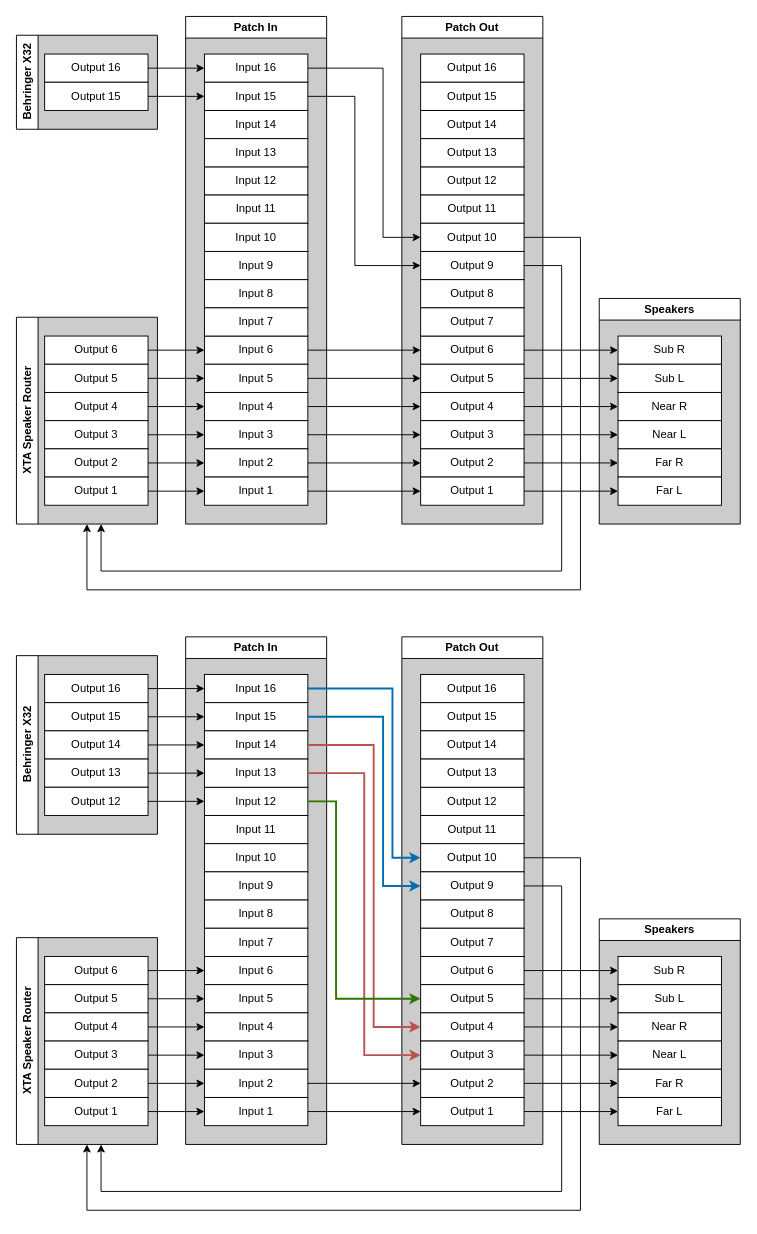
Above: page "Page-2" (2 of 2) of bedlam.drawio in leon0241/bedlam-audio-route (draw.io), before the change. Source tidied: cells renumbered, new cells numbered last; positions are measured from the earlier drawing's top-left corner, leaving out a move shared by most shapes. Both pictures are drawn from the tidied source at 94%, with x=0, y=0 at pixel (16, 16).
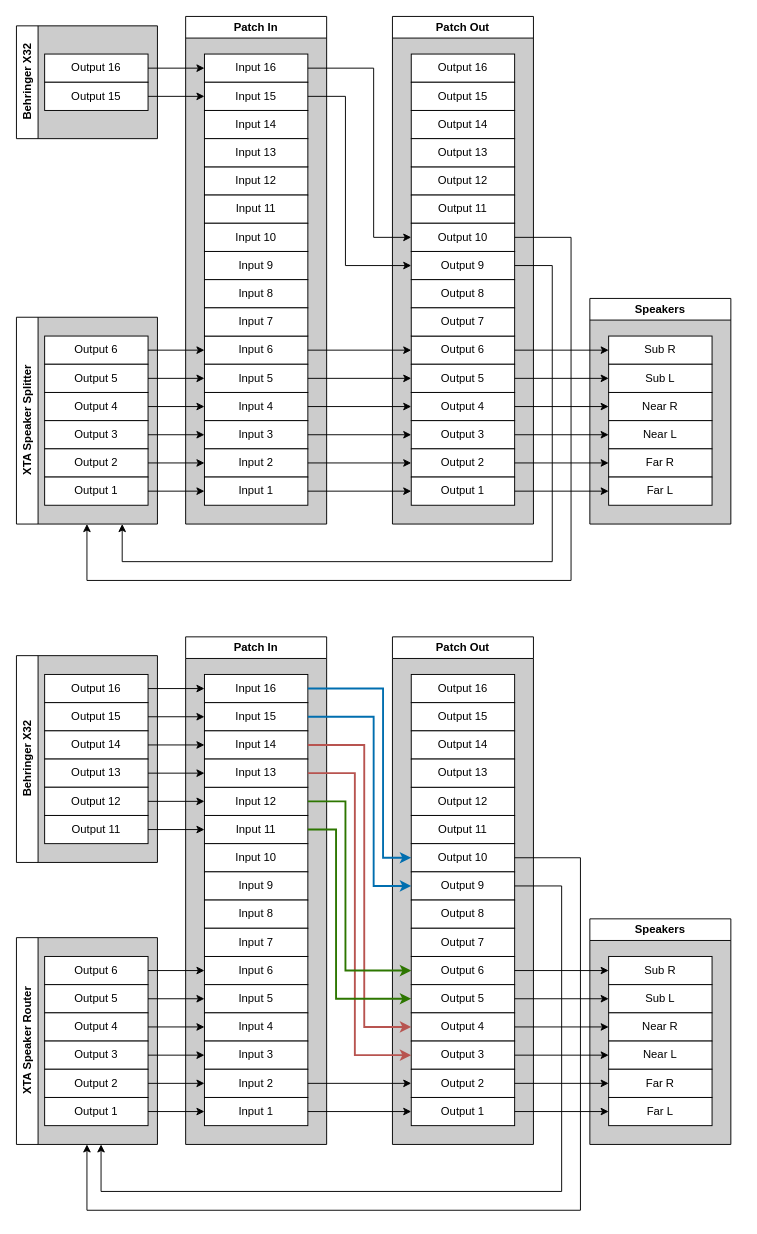
After the change.

The change refers to these unchanged cells:
```xml
<mxCell id="18" value="&lt;div&gt;Output 10&lt;/div&gt;" style="rounded=0;whiteSpace=wrap;html=1;" parent="9" vertex="1">
  <mxGeometry x="20" y="220" width="110" height="30" as="geometry" />
</mxCell>
<mxCell id="19" value="Output 9" style="rounded=0;whiteSpace=wrap;html=1;" parent="9" vertex="1">
  <mxGeometry x="20" y="250" width="110" height="30" as="geometry" />
</mxCell>
<mxCell id="39" value="Input 16" style="rounded=0;whiteSpace=wrap;html=1;" parent="26" vertex="1">
  <mxGeometry x="20" y="40" width="110" height="30" as="geometry" />
</mxCell>
<mxCell id="40" value="Input 15" style="rounded=0;whiteSpace=wrap;html=1;" parent="26" vertex="1">
  <mxGeometry x="20" y="70" width="110" height="30" as="geometry" />
</mxCell>
<mxCell id="85" value="Output 6" style="rounded=0;whiteSpace=wrap;html=1;" parent="84" vertex="1">
  <mxGeometry x="20" y="340" width="110" height="30" as="geometry" />
</mxCell>
<mxCell id="86" value="Output 5" style="rounded=0;whiteSpace=wrap;html=1;" parent="84" vertex="1">
  <mxGeometry x="20" y="370" width="110" height="30" as="geometry" />
</mxCell>
<mxCell id="87" value="Output 4" style="rounded=0;whiteSpace=wrap;html=1;" parent="84" vertex="1">
  <mxGeometry x="20" y="400" width="110" height="30" as="geometry" />
</mxCell>
<mxCell id="88" value="Output 3" style="rounded=0;whiteSpace=wrap;html=1;" parent="84" vertex="1">
  <mxGeometry x="20" y="430" width="110" height="30" as="geometry" />
</mxCell>
<mxCell id="93" value="&lt;div&gt;Output 10&lt;/div&gt;" style="rounded=0;whiteSpace=wrap;html=1;" parent="84" vertex="1">
  <mxGeometry x="20" y="220" width="110" height="30" as="geometry" />
</mxCell>
<mxCell id="94" value="Output 9" style="rounded=0;whiteSpace=wrap;html=1;" parent="84" vertex="1">
  <mxGeometry x="20" y="250" width="110" height="30" as="geometry" />
</mxCell>
<mxCell id="108" value="Input 12" style="rounded=0;whiteSpace=wrap;html=1;" parent="101" vertex="1">
  <mxGeometry x="20" y="160" width="110" height="30" as="geometry" />
</mxCell>
<mxCell id="109" value="Input 11" style="rounded=0;whiteSpace=wrap;html=1;" parent="101" vertex="1">
  <mxGeometry x="20" y="190" width="110" height="30" as="geometry" />
</mxCell>
<mxCell id="114" value="Input 16" style="rounded=0;whiteSpace=wrap;html=1;" parent="101" vertex="1">
  <mxGeometry x="20" y="40" width="110" height="30" as="geometry" />
</mxCell>
<mxCell id="115" value="Input 15" style="rounded=0;whiteSpace=wrap;html=1;" parent="101" vertex="1">
  <mxGeometry x="20" y="70" width="110" height="30" as="geometry" />
</mxCell>
<mxCell id="116" value="Input 14" style="rounded=0;whiteSpace=wrap;html=1;" parent="101" vertex="1">
  <mxGeometry x="20" y="100" width="110" height="30" as="geometry" />
</mxCell>
<mxCell id="117" value="Input 13" style="rounded=0;whiteSpace=wrap;html=1;" parent="101" vertex="1">
  <mxGeometry x="20" y="130" width="110" height="30" as="geometry" />
</mxCell>
```

Change to the diagram source:
```diff
@@
-    <mxCell id="2" value="&lt;div&gt;XTA Speaker Router&lt;/div&gt;" style="swimlane;horizontal=0;whiteSpace=wrap;html=1;swimlaneFillColor=#CCCCCC;" parent="1" vertex="1">
+    <mxCell id="2" value="&lt;div&gt;XTA Speaker Splitter&lt;/div&gt;" style="swimlane;horizontal=0;whiteSpace=wrap;html=1;swimlaneFillColor=#CCCCCC;" parent="1" vertex="1">
       <mxGeometry y="320" width="150" height="220" as="geometry" />
     </mxCell>
@@
     <mxCell id="9" value="Patch Out" style="swimlane;whiteSpace=wrap;html=1;swimlaneFillColor=#CCCCCC;" parent="1" vertex="1">
-      <mxGeometry x="410" width="150" height="540" as="geometry" />
+      <mxGeometry x="400" width="150" height="540" as="geometry" />
     </mxCell>
@@
     <mxCell id="55" style="rounded=0;jettySize=auto;html=1;exitX=1;exitY=0.5;exitDx=0;exitDy=0;entryX=0;entryY=0.5;entryDx=0;entryDy=0;edgeStyle=orthogonalEdgeStyle;" parent="1" edge="1" source="40" target="19">
       <mxGeometry relative="1" as="geometry">
         <Array as="points">
-          <mxPoint x="360" y="85" />
-          <mxPoint x="360" y="265" />
+          <mxPoint x="350" y="85" />
+          <mxPoint x="350" y="265" />
         </Array>
       </mxGeometry>
     </mxCell>
     <mxCell id="56" style="rounded=0;jettySize=auto;html=1;exitX=1;exitY=0.5;exitDx=0;exitDy=0;entryX=0;entryY=0.5;entryDx=0;entryDy=0;edgeStyle=orthogonalEdgeStyle;" parent="1" edge="1" source="39" target="18">
       <mxGeometry relative="1" as="geometry">
         <Array as="points">
-          <mxPoint x="390" y="55" />
-          <mxPoint x="390" y="235" />
+          <mxPoint x="380" y="55" />
+          <mxPoint x="380" y="235" />
         </Array>
       </mxGeometry>
     </mxCell>
-    <mxCell id="57" style="edgeStyle=orthogonalEdgeStyle;rounded=0;jettySize=auto;html=1;exitX=1;exitY=0.5;exitDx=0;exitDy=0;strokeWidth=1;" parent="1" edge="1" source="19">
+    <mxCell id="57" style="edgeStyle=orthogonalEdgeStyle;rounded=0;jettySize=auto;html=1;exitX=1;exitY=0.5;exitDx=0;exitDy=0;strokeWidth=1;entryX=0.75;entryY=1;entryDx=0;entryDy=0;" parent="1" edge="1" source="19" target="2">
       <mxGeometry relative="1" as="geometry">
-        <mxPoint x="90" y="540" as="targetPoint" />
         <Array as="points">
-          <mxPoint x="580" y="265" />
-          <mxPoint x="580" y="590" />
-          <mxPoint x="90" y="590" />
+          <mxPoint x="570" y="265" />
+          <mxPoint x="570" y="580" />
+          <mxPoint x="112" y="580" />
         </Array>
       </mxGeometry>
     </mxCell>
     <mxCell id="58" style="edgeStyle=orthogonalEdgeStyle;rounded=0;jettySize=auto;html=1;exitX=1;exitY=0.5;exitDx=0;exitDy=0;entryX=0.5;entryY=1;entryDx=0;entryDy=0;strokeWidth=1;" parent="1" edge="1" source="18" target="2">
       <mxGeometry relative="1" as="geometry">
         <Array as="points">
-          <mxPoint x="600" y="235" />
-          <mxPoint x="600" y="610" />
-          <mxPoint x="75" y="610" />
+          <mxPoint x="590" y="235" />
+          <mxPoint x="590" y="600" />
+          <mxPoint x="75" y="600" />
         </Array>
       </mxGeometry>
     </mxCell>
     <mxCell id="59" value="Behringer X32" style="swimlane;horizontal=0;whiteSpace=wrap;html=1;swimlaneFillColor=#CCCCCC;" parent="1" vertex="1">
-      <mxGeometry y="20" width="150" height="100" as="geometry" />
+      <mxGeometry y="10" width="150" height="120" as="geometry" />
     </mxCell>
     <mxCell id="60" value="Output 16" style="rounded=0;whiteSpace=wrap;html=1;" parent="59" vertex="1">
-      <mxGeometry x="30" y="20" width="110" height="30" as="geometry" />
+      <mxGeometry x="30" y="30" width="110" height="30" as="geometry" />
     </mxCell>
     <mxCell id="61" value="Output 15" style="rounded=0;whiteSpace=wrap;html=1;" parent="59" vertex="1">
-      <mxGeometry x="30" y="50" width="110" height="30" as="geometry" />
+      <mxGeometry x="30" y="60" width="110" height="30" as="geometry" />
     </mxCell>
@@
     <mxCell id="64" value="Speakers" style="swimlane;whiteSpace=wrap;html=1;swimlaneFillColor=#CCCCCC;" parent="1" vertex="1">
-      <mxGeometry x="620" y="300" width="150" height="240" as="geometry" />
+      <mxGeometry x="610" y="300" width="150" height="240" as="geometry" />
     </mxCell>
@@
     <mxCell id="84" value="Patch Out" style="swimlane;whiteSpace=wrap;html=1;swimlaneFillColor=#CCCCCC;" parent="1" vertex="1">
-      <mxGeometry x="410" y="660" width="150" height="540" as="geometry" />
+      <mxGeometry x="400" y="660" width="150" height="540" as="geometry" />
     </mxCell>
@@
     <mxCell id="126" style="rounded=0;jettySize=auto;html=1;exitX=1;exitY=0.5;exitDx=0;exitDy=0;entryX=0;entryY=0.5;entryDx=0;entryDy=0;edgeStyle=orthogonalEdgeStyle;fillColor=#1ba1e2;strokeColor=#006EAF;strokeWidth=2;" parent="1" edge="1" source="115" target="94">
       <mxGeometry relative="1" as="geometry">
         <Array as="points">
-          <mxPoint x="390" y="745" />
-          <mxPoint x="390" y="925" />
+          <mxPoint x="380" y="745" />
+          <mxPoint x="380" y="925" />
         </Array>
       </mxGeometry>
     </mxCell>
     <mxCell id="127" style="rounded=0;jettySize=auto;html=1;exitX=1;exitY=0.5;exitDx=0;exitDy=0;entryX=0;entryY=0.5;entryDx=0;entryDy=0;edgeStyle=orthogonalEdgeStyle;fillColor=#1ba1e2;strokeColor=#006EAF;strokeWidth=2;" parent="1" edge="1" source="114" target="93">
       <mxGeometry relative="1" as="geometry">
         <Array as="points">
-          <mxPoint x="400" y="715" />
-          <mxPoint x="400" y="895" />
+          <mxPoint x="390" y="715" />
+          <mxPoint x="390" y="895" />
         </Array>
       </mxGeometry>
     </mxCell>
@@
     <mxCell id="130" value="Behringer X32" style="swimlane;horizontal=0;whiteSpace=wrap;html=1;swimlaneFillColor=#CCCCCC;" parent="1" vertex="1">
-      <mxGeometry y="680" width="150" height="190" as="geometry" />
+      <mxGeometry y="680" width="150" height="220" as="geometry" />
     </mxCell>
@@
+    <mxCell id="157" value="Output 11" style="rounded=0;whiteSpace=wrap;html=1;" parent="130" vertex="1">
+      <mxGeometry x="30" y="170" width="110" height="30" as="geometry" />
+    </mxCell>
@@
     <mxCell id="138" value="Speakers" style="swimlane;whiteSpace=wrap;html=1;swimlaneFillColor=#CCCCCC;" parent="1" vertex="1">
-      <mxGeometry x="620" y="960" width="150" height="240" as="geometry" />
+      <mxGeometry x="610" y="960" width="150" height="240" as="geometry" />
     </mxCell>
@@
     <mxCell id="154" style="edgeStyle=orthogonalEdgeStyle;rounded=0;jettySize=auto;html=1;exitX=1;exitY=0.5;exitDx=0;exitDy=0;entryX=0;entryY=0.5;entryDx=0;entryDy=0;fillColor=#f8cecc;strokeColor=#b85450;strokeWidth=2;" parent="1" edge="1" source="116" target="87">
       <mxGeometry relative="1" as="geometry">
         <Array as="points">
-          <mxPoint x="380" y="775" />
-          <mxPoint x="380" y="1075" />
+          <mxPoint x="370" y="775" />
+          <mxPoint x="370" y="1075" />
         </Array>
       </mxGeometry>
     </mxCell>
     <mxCell id="155" style="edgeStyle=orthogonalEdgeStyle;rounded=0;jettySize=auto;html=1;exitX=1;exitY=0.5;exitDx=0;exitDy=0;entryX=0;entryY=0.5;entryDx=0;entryDy=0;fillColor=#f8cecc;strokeColor=#b85450;strokeWidth=2;" parent="1" edge="1" source="117" target="88">
       <mxGeometry relative="1" as="geometry">
         <Array as="points">
-          <mxPoint x="370" y="805" />
-          <mxPoint x="370" y="1105" />
+          <mxPoint x="360" y="805" />
+          <mxPoint x="360" y="1105" />
         </Array>
       </mxGeometry>
     </mxCell>
-    <mxCell id="156" style="edgeStyle=orthogonalEdgeStyle;rounded=0;jettySize=auto;html=1;exitX=1;exitY=0.5;exitDx=0;exitDy=0;entryX=0;entryY=0.5;entryDx=0;entryDy=0;strokeWidth=2;fillColor=#60a917;strokeColor=#2D7600;" parent="1" edge="1" source="108" target="86">
+    <mxCell id="156" style="edgeStyle=orthogonalEdgeStyle;rounded=0;jettySize=auto;html=1;exitX=1;exitY=0.5;exitDx=0;exitDy=0;entryX=0;entryY=0.5;entryDx=0;entryDy=0;strokeWidth=2;fillColor=#60a917;strokeColor=#2D7600;" parent="1" edge="1" source="108" target="85">
       <mxGeometry relative="1" as="geometry">
         <Array as="points">
-          <mxPoint x="340" y="835" />
-          <mxPoint x="340" y="1045" />
+          <mxPoint x="350" y="835" />
+          <mxPoint x="350" y="1015" />
         </Array>
       </mxGeometry>
     </mxCell>
+    <mxCell id="158" style="edgeStyle=orthogonalEdgeStyle;rounded=0;jettySize=auto;html=1;exitX=1;exitY=0.5;exitDx=0;exitDy=0;entryX=0;entryY=0.5;entryDx=0;entryDy=0;" parent="1" edge="1" source="157" target="109">
+      <mxGeometry relative="1" as="geometry" />
+    </mxCell>
+    <mxCell id="159" style="edgeStyle=orthogonalEdgeStyle;rounded=0;jettySize=auto;html=1;exitX=1;exitY=0.5;exitDx=0;exitDy=0;entryX=0;entryY=0.5;entryDx=0;entryDy=0;fillColor=#60a917;strokeColor=#2D7600;strokeWidth=2;" parent="1" edge="1" source="109" target="86">
+      <mxGeometry relative="1" as="geometry">
+        <Array as="points">
+          <mxPoint x="340" y="865" />
+          <mxPoint x="340" y="1045" />
+        </Array>
+      </mxGeometry>
+    </mxCell>
```
